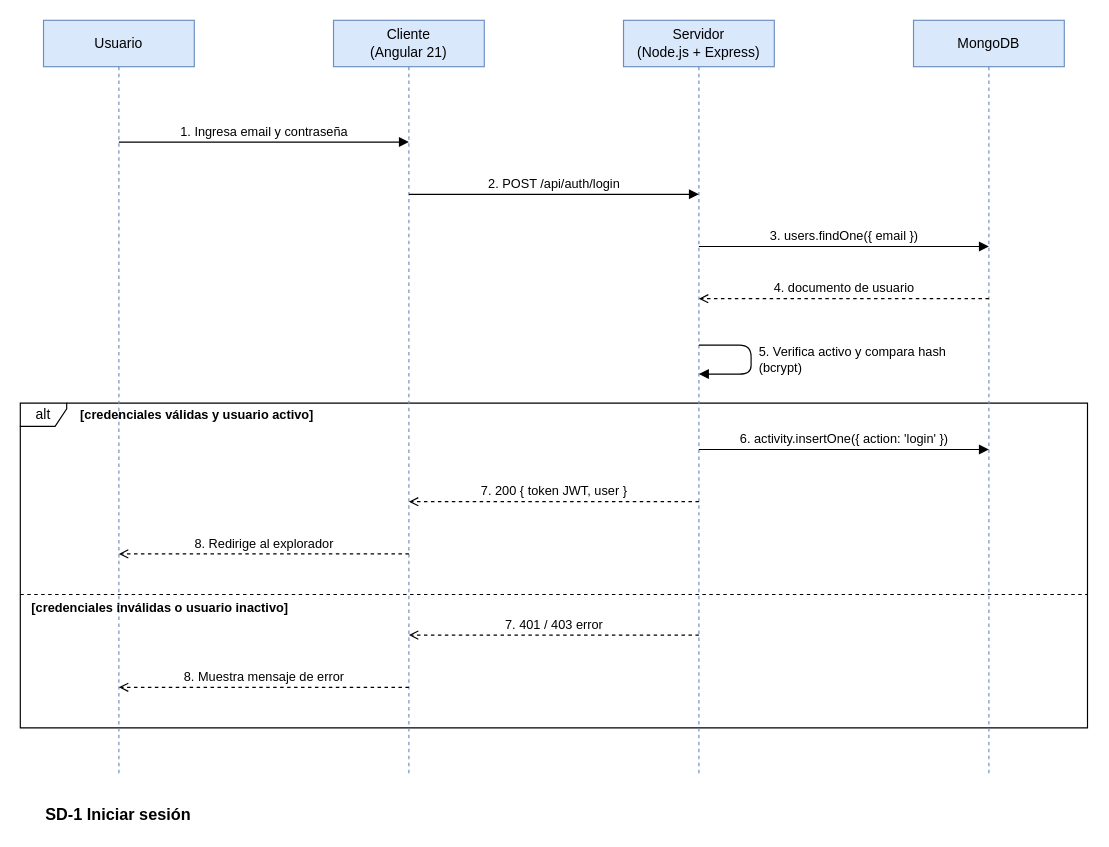
The draw.io diagram page "SD-1 Iniciar sesión" (1 of 7) of doc/02-diagramas-secuencia.drawio in AnthonyGup/FileForge, before the edit. Source tidied: cells renumbered, new cells numbered last; positions are measured from the earlier drawing's top-left corner, leaving out a move shared by most shapes. Both pictures are drawn from the tidied source at 116%, with x=0, y=0 at pixel (20, 20).
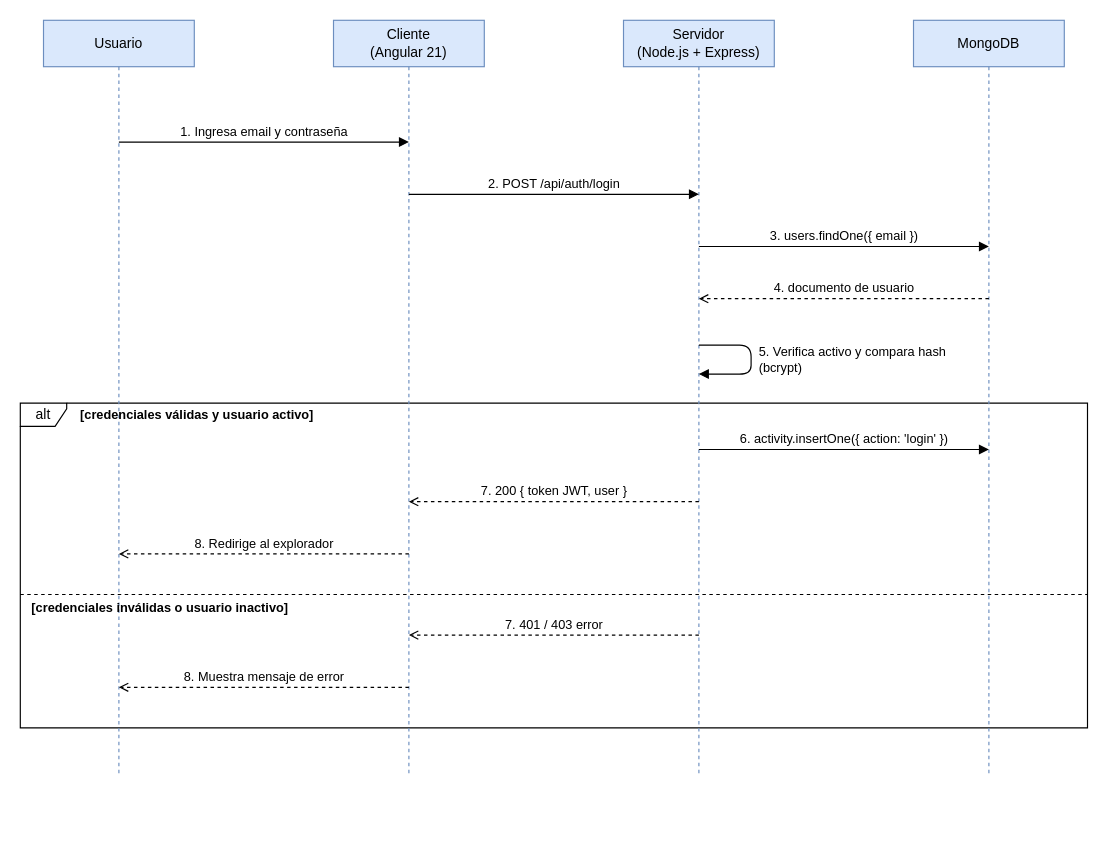
After the change.

The edit, as a diff of the source:
```diff
@@
-    <mxCell id="21" value="SD-1 Iniciar sesión" style="text;html=1;align=left;fontStyle=1;fontSize=14;" parent="1" vertex="1">
-      <mxGeometry x="20" y="670" width="600" height="25" as="geometry" />
-    </mxCell>
```
